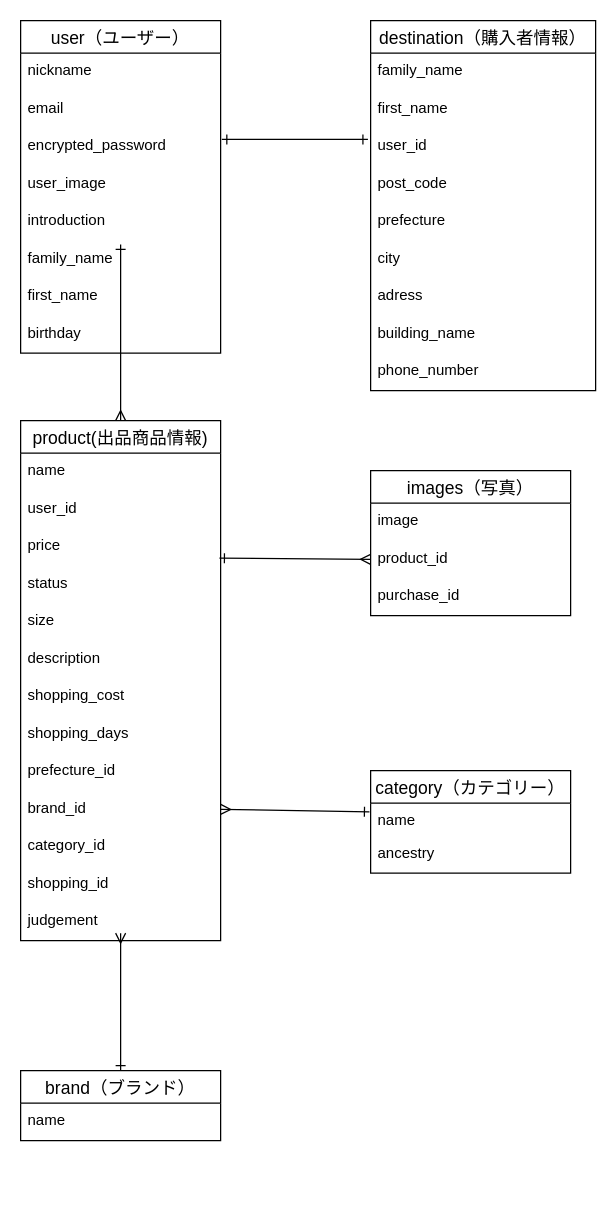
Before: Furima.dio in yk-kasshi/furima-39089, a draw.io diagram. Source tidied: cells renumbered, new cells numbered last; positions are measured from the earlier drawing's top-left corner, leaving out a move shared by most shapes. Both pictures are drawn from the tidied source at 125%, with x=0, y=0 at pixel (20, 20).
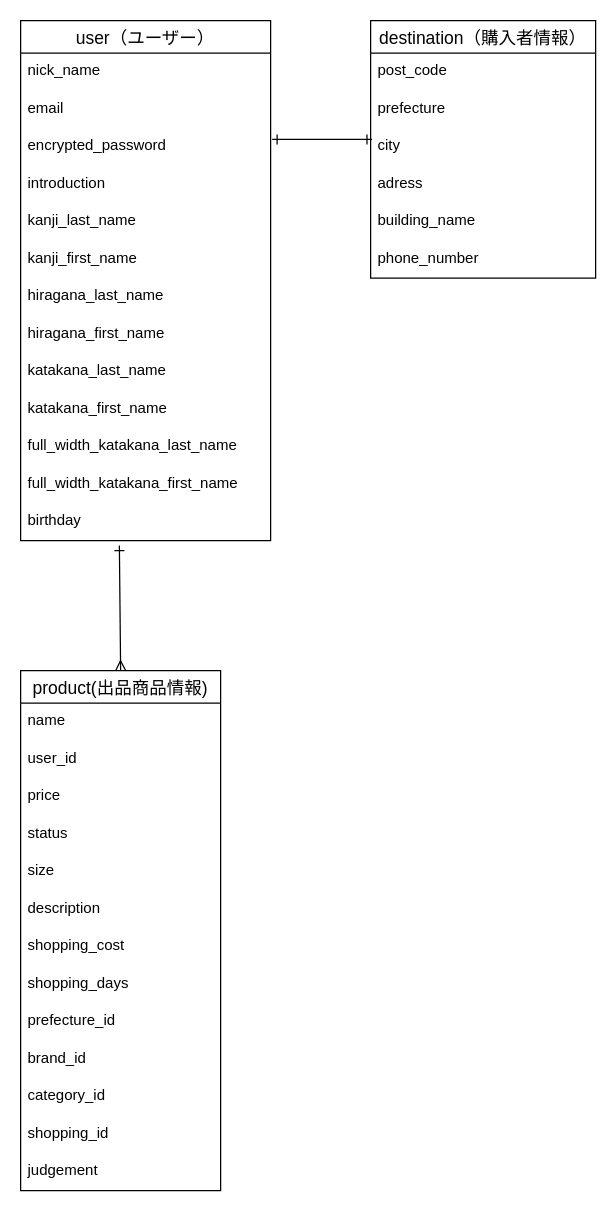
Above is the later version.

Commit message (it also covers changes not shown here):
データベース再設計

The change refers to these unchanged cells:
```xml
<mxCell id="15" value="price" style="text;strokeColor=none;fillColor=none;spacingLeft=4;spacingRight=4;overflow=hidden;points=[[0,0.5],[1,0.5]];portConstraint=eastwest;fontSize=12;rounded=0;" parent="12" vertex="1">
  <mxGeometry y="86" width="160" height="30" as="geometry" />
</mxCell>
<mxCell id="22" value="brand_id" style="text;strokeColor=none;fillColor=none;spacingLeft=4;spacingRight=4;overflow=hidden;points=[[0,0.5],[1,0.5]];portConstraint=eastwest;fontSize=12;" parent="12" vertex="1">
  <mxGeometry y="296" width="160" height="30" as="geometry" />
</mxCell>
```

What changed in the source:
```diff
@@
     <mxCell id="2" value="user（ユーザー）" style="swimlane;fontStyle=0;horizontal=1;startSize=26;align=center;fontSize=14;rounded=0;" parent="1" vertex="1">
-      <mxGeometry width="160" height="266" as="geometry" />
+      <mxGeometry width="200" height="416" as="geometry" />
     </mxCell>
-    <mxCell id="3" value="nickname " style="text;strokeColor=none;fillColor=none;spacingLeft=4;spacingRight=4;overflow=hidden;fontSize=12;rounded=0;" parent="2" vertex="1">
-      <mxGeometry y="26" width="160" height="30" as="geometry" />
+    <mxCell id="3" value="nick_name " style="text;strokeColor=none;fillColor=none;spacingLeft=4;spacingRight=4;overflow=hidden;fontSize=12;rounded=0;" parent="2" vertex="1">
+      <mxGeometry y="26" width="200" height="30" as="geometry" />
     </mxCell>
     <mxCell id="4" value="email" style="text;strokeColor=none;fillColor=none;spacingLeft=4;spacingRight=4;overflow=hidden;fontSize=12;rounded=0;" parent="2" vertex="1">
-      <mxGeometry y="56" width="160" height="30" as="geometry" />
+      <mxGeometry y="56" width="200" height="30" as="geometry" />
     </mxCell>
     <mxCell id="5" value="encrypted_password" style="text;strokeColor=none;fillColor=none;spacingLeft=4;spacingRight=4;overflow=hidden;points=[[0,0.5],[1,0.5]];portConstraint=eastwest;fontSize=12;rounded=0;" parent="2" vertex="1">
-      <mxGeometry y="86" width="160" height="30" as="geometry" />
+      <mxGeometry y="86" width="200" height="30" as="geometry" />
     </mxCell>
-    <mxCell id="6" value="user_image" style="text;strokeColor=none;fillColor=none;spacingLeft=4;spacingRight=4;overflow=hidden;fontSize=12;rounded=0;" parent="2" vertex="1">
-      <mxGeometry y="116" width="160" height="30" as="geometry" />
-    </mxCell>
     <mxCell id="7" value="introduction" style="text;strokeColor=none;fillColor=none;spacingLeft=4;spacingRight=4;overflow=hidden;points=[[0,0.5],[1,0.5]];portConstraint=eastwest;fontSize=12;rounded=0;" parent="2" vertex="1">
-      <mxGeometry y="146" width="160" height="30" as="geometry" />
+      <mxGeometry y="116" width="200" height="30" as="geometry" />
     </mxCell>
-    <mxCell id="8" value="family_name" style="text;strokeColor=none;fillColor=none;spacingLeft=4;spacingRight=4;overflow=hidden;fontSize=12;rounded=0;" parent="2" vertex="1">
-      <mxGeometry y="176" width="160" height="30" as="geometry" />
-    </mxCell>
-    <mxCell id="9" value="first_name" style="text;strokeColor=none;fillColor=none;spacingLeft=4;spacingRight=4;overflow=hidden;fontSize=12;rounded=0;" parent="2" vertex="1">
-      <mxGeometry y="206" width="160" height="30" as="geometry" />
-    </mxCell>
+    <mxCell id="49" value="kanji_last_name" style="text;strokeColor=none;fillColor=none;spacingLeft=4;spacingRight=4;overflow=hidden;fontSize=12;" parent="2" vertex="1">
+      <mxGeometry y="146" width="200" height="30" as="geometry" />
+    </mxCell>
+    <mxCell id="50" value="kanji_first_name" style="text;strokeColor=none;fillColor=none;spacingLeft=4;spacingRight=4;overflow=hidden;fontSize=12;" parent="2" vertex="1">
+      <mxGeometry y="176" width="200" height="30" as="geometry" />
+    </mxCell>
+    <mxCell id="51" value="hiragana_last_name" style="text;strokeColor=none;fillColor=none;spacingLeft=4;spacingRight=4;overflow=hidden;fontSize=12;" parent="2" vertex="1">
+      <mxGeometry y="206" width="200" height="30" as="geometry" />
+    </mxCell>
+    <mxCell id="52" value="hiragana_first_name" style="text;strokeColor=none;fillColor=none;spacingLeft=4;spacingRight=4;overflow=hidden;fontSize=12;" parent="2" vertex="1">
+      <mxGeometry y="236" width="200" height="30" as="geometry" />
+    </mxCell>
+    <mxCell id="53" value="katakana_last_name" style="text;strokeColor=none;fillColor=none;spacingLeft=4;spacingRight=4;overflow=hidden;fontSize=12;" parent="2" vertex="1">
+      <mxGeometry y="266" width="200" height="30" as="geometry" />
+    </mxCell>
+    <mxCell id="54" value="katakana_first_name" style="text;strokeColor=none;fillColor=none;spacingLeft=4;spacingRight=4;overflow=hidden;fontSize=12;" parent="2" vertex="1">
+      <mxGeometry y="296" width="200" height="30" as="geometry" />
+    </mxCell>
+    <mxCell id="55" value="full_width_katakana_last_name" style="text;strokeColor=none;fillColor=none;spacingLeft=4;spacingRight=4;overflow=hidden;fontSize=12;" parent="2" vertex="1">
+      <mxGeometry y="326" width="200" height="30" as="geometry" />
+    </mxCell>
+    <mxCell id="56" value="full_width_katakana_first_name" style="text;strokeColor=none;fillColor=none;spacingLeft=4;spacingRight=4;overflow=hidden;fontSize=12;" parent="2" vertex="1">
+      <mxGeometry y="356" width="200" height="30" as="geometry" />
+    </mxCell>
     <mxCell id="10" value="birthday" style="text;strokeColor=none;fillColor=none;spacingLeft=4;spacingRight=4;overflow=hidden;points=[[0,0.5],[1,0.5]];portConstraint=eastwest;fontSize=12;rounded=0;" parent="2" vertex="1">
-      <mxGeometry y="236" width="160" height="30" as="geometry" />
+      <mxGeometry y="386" width="200" height="30" as="geometry" />
     </mxCell>
-    <mxCell id="11" style="edgeStyle=none;html=1;exitX=0.5;exitY=0;exitDx=0;exitDy=0;entryX=0.5;entryY=1.1;entryDx=0;entryDy=0;entryPerimeter=0;startArrow=ERmany;startFill=0;endArrow=ERone;endFill=0;" parent="1" edge="1" source="12" target="7">
-      <mxGeometry relative="1" as="geometry" />
-    </mxCell>
+    <mxCell id="57" style="edgeStyle=none;html=1;exitX=0.5;exitY=0;exitDx=0;exitDy=0;entryX=0.395;entryY=1.133;entryDx=0;entryDy=0;entryPerimeter=0;startArrow=ERmany;startFill=0;endArrow=ERone;endFill=0;" parent="1" edge="1" source="12" target="10">
+      <mxGeometry relative="1" as="geometry" />
+    </mxCell>
     <mxCell id="12" value="product(出品商品情報)" style="swimlane;fontStyle=0;horizontal=1;startSize=26;align=center;fontSize=14;rounded=0;strokeColor=default;direction=east;perimeterSpacing=0;" parent="1" vertex="1">
-      <mxGeometry y="320" width="160" height="416" as="geometry" />
+      <mxGeometry y="520" width="160" height="416" as="geometry" />
     </mxCell>
@@
     <mxCell id="26" value="destination（購入者情報）" style="swimlane;fontStyle=0;horizontal=1;startSize=26;align=center;fontSize=14;rounded=0;" parent="1" vertex="1">
-      <mxGeometry x="280" width="180" height="296" as="geometry" />
+      <mxGeometry x="280" width="180" height="206" as="geometry" />
     </mxCell>
-    <mxCell id="27" value="family_name" style="text;strokeColor=none;fillColor=none;spacingLeft=4;spacingRight=4;overflow=hidden;fontSize=12;rounded=0;" parent="26" vertex="1">
-      <mxGeometry y="26" width="180" height="30" as="geometry" />
-    </mxCell>
-    <mxCell id="28" value="first_name" style="text;strokeColor=none;fillColor=none;spacingLeft=4;spacingRight=4;overflow=hidden;fontSize=12;rounded=0;" parent="26" vertex="1">
-      <mxGeometry y="56" width="180" height="30" as="geometry" />
-    </mxCell>
-    <mxCell id="29" value="user_id" style="text;strokeColor=none;fillColor=none;spacingLeft=4;spacingRight=4;overflow=hidden;points=[[0,0.5],[1,0.5]];portConstraint=eastwest;fontSize=12;rounded=0;" parent="26" vertex="1">
-      <mxGeometry y="86" width="180" height="30" as="geometry" />
-    </mxCell>
     <mxCell id="30" value="post_code" style="text;strokeColor=none;fillColor=none;spacingLeft=4;spacingRight=4;overflow=hidden;fontSize=12;rounded=0;" parent="26" vertex="1">
-      <mxGeometry y="116" width="180" height="30" as="geometry" />
+      <mxGeometry y="26" width="180" height="30" as="geometry" />
     </mxCell>
     <mxCell id="31" value="prefecture" style="text;strokeColor=none;fillColor=none;spacingLeft=4;spacingRight=4;overflow=hidden;fontSize=12;rounded=0;" parent="26" vertex="1">
-      <mxGeometry y="146" width="180" height="30" as="geometry" />
+      <mxGeometry y="56" width="180" height="30" as="geometry" />
     </mxCell>
     <mxCell id="32" value="city" style="text;strokeColor=none;fillColor=none;spacingLeft=4;spacingRight=4;overflow=hidden;points=[[0,0.5],[1,0.5]];portConstraint=eastwest;fontSize=12;rounded=0;" parent="26" vertex="1">
-      <mxGeometry y="176" width="180" height="30" as="geometry" />
+      <mxGeometry y="86" width="180" height="30" as="geometry" />
     </mxCell>
     <mxCell id="33" value="adress" style="text;strokeColor=none;fillColor=none;spacingLeft=4;spacingRight=4;overflow=hidden;fontSize=12;rounded=0;" parent="26" vertex="1">
-      <mxGeometry y="206" width="180" height="30" as="geometry" />
+      <mxGeometry y="116" width="180" height="30" as="geometry" />
     </mxCell>
     <mxCell id="34" value="building_name" style="text;strokeColor=none;fillColor=none;spacingLeft=4;spacingRight=4;overflow=hidden;fontSize=12;rounded=0;" parent="26" vertex="1">
-      <mxGeometry y="236" width="180" height="30" as="geometry" />
+      <mxGeometry y="146" width="180" height="30" as="geometry" />
     </mxCell>
     <mxCell id="35" value="phone_number" style="text;strokeColor=none;fillColor=none;spacingLeft=4;spacingRight=4;overflow=hidden;fontSize=12;rounded=0;" parent="26" vertex="1">
-      <mxGeometry y="266" width="180" height="30" as="geometry" />
+      <mxGeometry y="176" width="180" height="30" as="geometry" />
     </mxCell>
-    <mxCell id="36" value="images（写真）" style="swimlane;fontStyle=0;horizontal=1;startSize=26;align=center;fontSize=14;rounded=0;" parent="1" vertex="1">
-      <mxGeometry x="280" y="360" width="160" height="116" as="geometry" />
-    </mxCell>
-    <mxCell id="37" value="image" style="text;strokeColor=none;fillColor=none;spacingLeft=4;spacingRight=4;overflow=hidden;fontSize=12;rounded=0;" parent="36" vertex="1">
-      <mxGeometry y="26" width="160" height="30" as="geometry" />
-    </mxCell>
-    <mxCell id="38" value="product_id" style="text;strokeColor=none;fillColor=none;spacingLeft=4;spacingRight=4;overflow=hidden;points=[[0,0.5],[1,0.5]];portConstraint=eastwest;fontSize=12;rounded=0;" parent="36" vertex="1">
-      <mxGeometry y="56" width="160" height="30" as="geometry" />
-    </mxCell>
-    <mxCell id="39" value="purchase_id" style="text;strokeColor=none;fillColor=none;spacingLeft=4;spacingRight=4;overflow=hidden;fontSize=12;rounded=0;" parent="36" vertex="1">
-      <mxGeometry y="86" width="160" height="30" as="geometry" />
-    </mxCell>
-    <mxCell id="40" value="category（カテゴリー）" style="swimlane;fontStyle=0;horizontal=1;startSize=26;align=center;fontSize=14;rounded=0;" parent="1" vertex="1">
-      <mxGeometry x="280" y="600" width="160" height="82" as="geometry" />
-    </mxCell>
-    <mxCell id="41" value="name" style="text;strokeColor=none;fillColor=none;spacingLeft=4;spacingRight=4;overflow=hidden;points=[[0,0.5],[1,0.5]];portConstraint=eastwest;fontSize=12;rounded=0;" parent="40" vertex="1">
-      <mxGeometry y="26" width="160" height="26" as="geometry" />
-    </mxCell>
-    <mxCell id="42" value="ancestry" style="text;strokeColor=none;fillColor=none;spacingLeft=4;spacingRight=4;overflow=hidden;fontSize=12;rounded=0;" parent="40" vertex="1">
-      <mxGeometry y="52" width="160" height="30" as="geometry" />
-    </mxCell>
-    <mxCell id="43" style="edgeStyle=none;html=1;exitX=0.5;exitY=0;exitDx=0;exitDy=0;startArrow=ERone;startFill=0;endArrow=ERmany;endFill=0;" parent="1" edge="1" source="44">
-      <mxGeometry relative="1" as="geometry">
-        <mxPoint x="80" y="730" as="targetPoint" />
-      </mxGeometry>
-    </mxCell>
-    <mxCell id="44" value="brand（ブランド）" style="swimlane;fontStyle=0;horizontal=1;startSize=26;align=center;fontSize=14;rounded=0;" parent="1" vertex="1">
-      <mxGeometry y="840" width="160" height="56" as="geometry" />
-    </mxCell>
-    <mxCell id="45" value="name" style="text;strokeColor=none;fillColor=none;spacingLeft=4;spacingRight=4;overflow=hidden;fontSize=12;rounded=0;" parent="44" vertex="1">
-      <mxGeometry y="26" width="160" height="30" as="geometry" />
-    </mxCell>
-    <mxCell id="46" style="edgeStyle=none;html=1;exitX=1.006;exitY=0.3;exitDx=0;exitDy=0;entryX=-0.012;entryY=0.3;entryDx=0;entryDy=0;entryPerimeter=0;startArrow=ERone;startFill=0;endArrow=ERone;endFill=0;exitPerimeter=0;" parent="1" edge="1" source="5" target="29">
+    <mxCell id="46" style="edgeStyle=none;html=1;exitX=1.006;exitY=0.3;exitDx=0;exitDy=0;entryX=0.006;entryY=0.3;entryDx=0;entryDy=0;entryPerimeter=0;startArrow=ERone;startFill=0;endArrow=ERone;endFill=0;exitPerimeter=0;" parent="1" edge="1" source="5" target="32">
       <mxGeometry relative="1" as="geometry" />
     </mxCell>
-    <mxCell id="47" style="edgeStyle=none;html=1;exitX=0.994;exitY=0.8;exitDx=0;exitDy=0;entryX=0;entryY=0.5;entryDx=0;entryDy=0;startArrow=ERone;startFill=0;endArrow=ERmany;endFill=0;exitPerimeter=0;" parent="1" edge="1" source="15" target="38">
-      <mxGeometry relative="1" as="geometry" />
-    </mxCell>
-    <mxCell id="48" style="edgeStyle=none;html=1;exitX=1;exitY=0.5;exitDx=0;exitDy=0;entryX=-0.006;entryY=0.267;entryDx=0;entryDy=0;entryPerimeter=0;startArrow=ERmany;startFill=0;endArrow=ERone;endFill=0;" parent="1" edge="1" source="22" target="41">
-      <mxGeometry relative="1" as="geometry" />
-    </mxCell>
```
